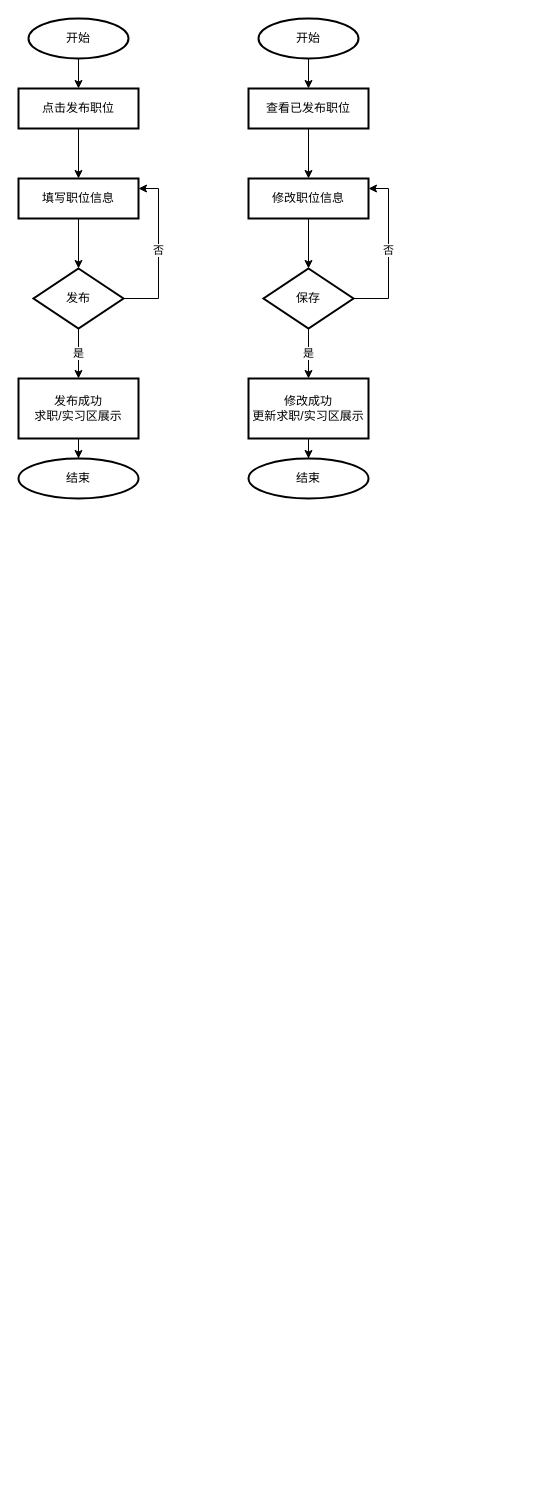
JohnnyLin12/GJR_BBS keeps this draw.io diagram as job_info_manage_flowchart.drawio. Above is the earlier version. Source tidied: cells renumbered, new cells numbered last; positions are measured from the earlier drawing's top-left corner, leaving out a move shared by most shapes. Both pictures are drawn from the tidied source at 100%, with x=0, y=0 at pixel (18, 18).
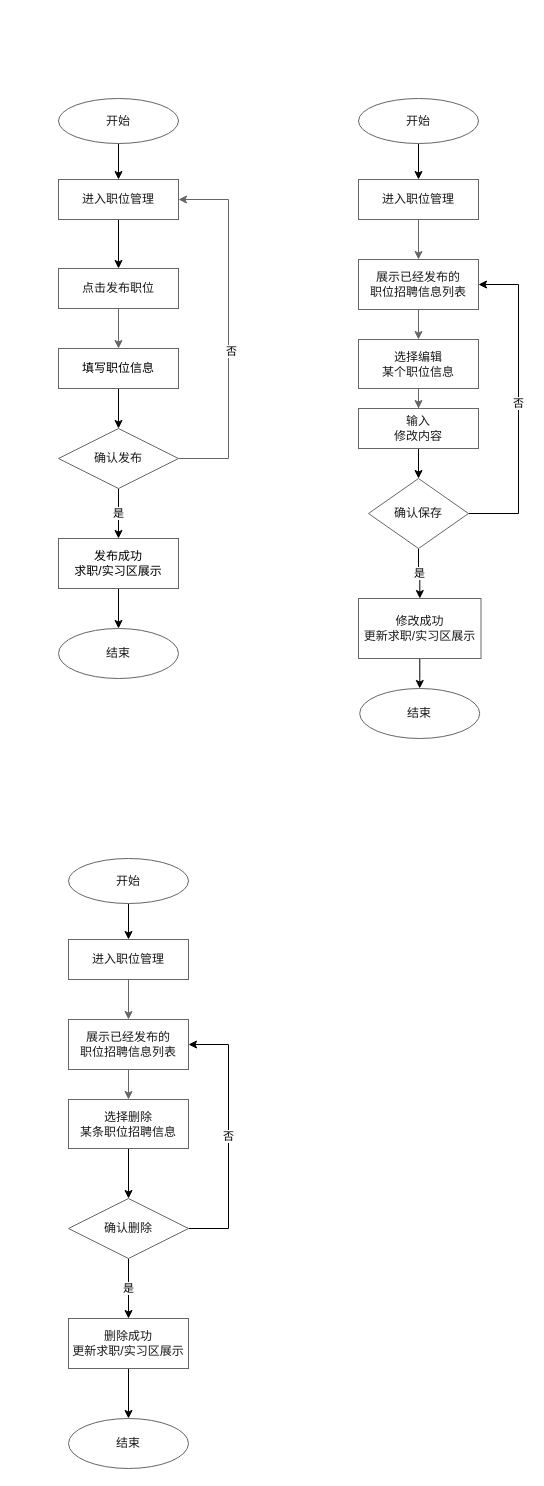
The same diagram, later.

Diff of the diagram source:
```diff
@@
-    <mxCell id="2" style="edgeStyle=orthogonalEdgeStyle;rounded=0;jettySize=auto;html=1;" parent="1" edge="1" source="3" target="5">
-      <mxGeometry relative="1" as="geometry" />
-    </mxCell>
-    <mxCell id="3" value="开始" style="strokeWidth=2;html=1;shape=mxgraph.flowchart.start_1;whiteSpace=wrap;" parent="1" vertex="1">
-      <mxGeometry x="10" width="100" height="40" as="geometry" />
-    </mxCell>
+    <mxCell id="8" value="否" style="edgeStyle=orthogonalEdgeStyle;rounded=0;orthogonalLoop=1;jettySize=auto;html=1;entryX=1;entryY=0.25;entryDx=0;entryDy=0;strokeColor=#666666;strokeWidth=1;" parent="1" edge="1">
+      <mxGeometry relative="1" as="geometry">
+        <mxPoint x="-50" y="1632" as="targetPoint" />
+        <Array as="points">
+          <mxPoint x="-30" y="1742" />
+          <mxPoint x="-30" y="1632" />
+        </Array>
+      </mxGeometry>
+    </mxCell>
+    <mxCell id="26" style="edgeStyle=orthogonalEdgeStyle;rounded=0;jettySize=auto;html=1;fontFamily=Helvetica;fontColor=#1A1A1A;strokeColor=#666666;" parent="1" edge="1" source="27" target="31">
+      <mxGeometry relative="1" as="geometry" />
+    </mxCell>
+    <mxCell id="27" value="&lt;p&gt;进入职位管理&lt;br&gt;&lt;/p&gt;" style="rounded=0;whiteSpace=wrap;html=1;fontFamily=Helvetica;fontColor=#1A1A1A;strokeColor=#666666;" parent="1" vertex="1">
+      <mxGeometry x="340" y="161" width="120" height="40" as="geometry" />
+    </mxCell>
+    <mxCell id="28" style="edgeStyle=orthogonalEdgeStyle;rounded=0;jettySize=auto;html=1;strokeColor=#666666;strokeWidth=1;" parent="1" edge="1" source="29" target="37">
+      <mxGeometry relative="1" as="geometry" />
+    </mxCell>
+    <mxCell id="29" value="选择编辑&lt;br&gt;某个职位信息" style="whiteSpace=wrap;html=1;rounded=0;fontFamily=Helvetica;fontColor=#1A1A1A;strokeColor=#666666;" parent="1" vertex="1">
+      <mxGeometry x="340" y="321" width="120" height="49" as="geometry" />
+    </mxCell>
+    <mxCell id="30" style="edgeStyle=orthogonalEdgeStyle;rounded=0;jettySize=auto;html=1;fontFamily=Helvetica;fontColor=#1A1A1A;strokeColor=#666666;" parent="1" edge="1" source="31" target="29">
+      <mxGeometry relative="1" as="geometry" />
+    </mxCell>
+    <mxCell id="31" value="展示已经发布的&lt;br&gt;职位招聘信息列表" style="rounded=0;whiteSpace=wrap;html=1;fontFamily=Helvetica;fontColor=#1A1A1A;strokeColor=#666666;" parent="1" vertex="1">
+      <mxGeometry x="340" y="241" width="120" height="50" as="geometry" />
+    </mxCell>
+    <mxCell id="32" style="edgeStyle=orthogonalEdgeStyle;rounded=0;jettySize=auto;html=1;" parent="1" edge="1" source="33" target="27">
+      <mxGeometry relative="1" as="geometry" />
+    </mxCell>
+    <mxCell id="33" value="开始" style="ellipse;whiteSpace=wrap;html=1;strokeColor=#666666;fontColor=#1A1A1A;rounded=0;" parent="1" vertex="1">
+      <mxGeometry x="340" y="80" width="120" height="45" as="geometry" />
+    </mxCell>
+    <mxCell id="34" style="edgeStyle=orthogonalEdgeStyle;rounded=0;jettySize=auto;html=1;" parent="1" edge="1" source="24" target="35">
+      <mxGeometry relative="1" as="geometry" />
+    </mxCell>
+    <mxCell id="24" value="修改成功&lt;br&gt;更新求职/实习区展示" style="whiteSpace=wrap;html=1;strokeColor=#666666;fontColor=#1A1A1A;rounded=0;" parent="1" vertex="1">
+      <mxGeometry x="340" y="580" width="122.5" height="60" as="geometry" />
+    </mxCell>
+    <mxCell id="35" value="结束" style="ellipse;whiteSpace=wrap;html=1;strokeColor=#666666;fontColor=#1A1A1A;rounded=0;" parent="1" vertex="1">
+      <mxGeometry x="341.2" y="670" width="120" height="50" as="geometry" />
+    </mxCell>
+    <mxCell id="36" style="edgeStyle=orthogonalEdgeStyle;rounded=0;jettySize=auto;html=1;" parent="1" edge="1" source="37" target="40">
+      <mxGeometry relative="1" as="geometry" />
+    </mxCell>
+    <mxCell id="37" value="输入&lt;br&gt;修改内容" style="whiteSpace=wrap;html=1;strokeColor=#666666;fontColor=#1A1A1A;rounded=0;" parent="1" vertex="1">
+      <mxGeometry x="340" y="390" width="120" height="40" as="geometry" />
+    </mxCell>
+    <mxCell id="38" value="是" style="edgeStyle=orthogonalEdgeStyle;rounded=0;jettySize=auto;html=1;" parent="1" edge="1" source="40" target="24">
+      <mxGeometry relative="1" as="geometry" />
+    </mxCell>
+    <mxCell id="39" value="否" style="edgeStyle=orthogonalEdgeStyle;rounded=0;jettySize=auto;html=1;entryX=1;entryY=0.5;entryDx=0;entryDy=0;" parent="1" edge="1" source="40" target="31">
+      <mxGeometry relative="1" as="geometry">
+        <Array as="points">
+          <mxPoint x="500" y="495" />
+          <mxPoint x="500" y="266" />
+        </Array>
+      </mxGeometry>
+    </mxCell>
+    <mxCell id="40" value="确认保存" style="rhombus;whiteSpace=wrap;html=1;strokeColor=#666666;fontColor=#1A1A1A;rounded=0;" parent="1" vertex="1">
+      <mxGeometry x="350" y="460" width="100" height="70" as="geometry" />
+    </mxCell>
-    <mxCell id="4" style="edgeStyle=orthogonalEdgeStyle;rounded=0;jettySize=auto;html=1;" parent="1" edge="1" source="5" target="7">
+    <mxCell id="4" style="edgeStyle=orthogonalEdgeStyle;rounded=0;jettySize=auto;html=1;entryX=0.5;entryY=0;entryDx=0;entryDy=0;strokeColor=#666666;strokeWidth=1;" parent="1" edge="1" source="5" target="7">
       <mxGeometry relative="1" as="geometry" />
     </mxCell>
-    <mxCell id="5" value="点击发布职位" style="whiteSpace=wrap;html=1;strokeWidth=2;" parent="1" vertex="1">
-      <mxGeometry y="70" width="120" height="40" as="geometry" />
+    <mxCell id="5" value="&lt;p&gt;点击发布职位&lt;/p&gt;" style="rounded=0;whiteSpace=wrap;html=1;fontFamily=Helvetica;fontColor=#1A1A1A;strokeColor=#666666;" parent="1" vertex="1">
+      <mxGeometry x="40" y="250" width="120" height="40" as="geometry" />
     </mxCell>
-    <mxCell id="6" style="edgeStyle=orthogonalEdgeStyle;rounded=0;jettySize=auto;html=1;" parent="1" edge="1" source="7" target="10">
-      <mxGeometry relative="1" as="geometry" />
-    </mxCell>
+    <mxCell id="41" style="edgeStyle=orthogonalEdgeStyle;rounded=0;jettySize=auto;html=1;" parent="1" edge="1" source="7" target="45">
+      <mxGeometry relative="1" as="geometry" />
+    </mxCell>
-    <mxCell id="7" value="填写职位信息" style="whiteSpace=wrap;html=1;strokeWidth=2;" parent="1" vertex="1">
-      <mxGeometry y="160" width="120" height="40" as="geometry" />
+    <mxCell id="7" value="&lt;span style=&quot;color: rgb(0 , 0 , 0)&quot;&gt;填写职位信息&lt;/span&gt;" style="whiteSpace=wrap;html=1;rounded=0;fontFamily=Helvetica;fontColor=#1A1A1A;strokeColor=#666666;" parent="1" vertex="1">
+      <mxGeometry x="40" y="330" width="120" height="40" as="geometry" />
     </mxCell>
-    <mxCell id="8" value="否" style="edgeStyle=orthogonalEdgeStyle;rounded=0;jettySize=auto;html=1;entryX=1;entryY=0.25;entryDx=0;entryDy=0;" parent="1" edge="1" source="10" target="7">
-      <mxGeometry relative="1" as="geometry">
-        <Array as="points">
-          <mxPoint x="140" y="280" />
-          <mxPoint x="140" y="170" />
-        </Array>
-      </mxGeometry>
-    </mxCell>
-    <mxCell id="9" value="是" style="edgeStyle=orthogonalEdgeStyle;rounded=0;jettySize=auto;html=1;" parent="1" edge="1" source="10" target="12">
-      <mxGeometry relative="1" as="geometry" />
-    </mxCell>
-    <mxCell id="10" value="发布" style="rhombus;whiteSpace=wrap;html=1;strokeWidth=2;" parent="1" vertex="1">
-      <mxGeometry x="15" y="250" width="90" height="60" as="geometry" />
-    </mxCell>
-    <mxCell id="11" style="edgeStyle=orthogonalEdgeStyle;rounded=0;jettySize=auto;html=1;" parent="1" edge="1" source="12" target="13">
-      <mxGeometry relative="1" as="geometry" />
-    </mxCell>
+    <mxCell id="42" value="是" style="edgeStyle=orthogonalEdgeStyle;rounded=0;jettySize=auto;html=1;" parent="1" edge="1" source="45" target="12">
+      <mxGeometry relative="1" as="geometry" />
+    </mxCell>
+    <mxCell id="43" style="edgeStyle=orthogonalEdgeStyle;rounded=0;jettySize=auto;html=1;entryX=1;entryY=0.5;entryDx=0;entryDy=0;strokeColor=#666666;strokeWidth=1;" parent="1" edge="1" source="45" target="49">
+      <mxGeometry relative="1" as="geometry">
+        <Array as="points">
+          <mxPoint x="210" y="440" />
+          <mxPoint x="210" y="181" />
+        </Array>
+      </mxGeometry>
+    </mxCell>
+    <mxCell id="44" value="否" style="edgeLabel;html=1;align=center;verticalAlign=middle;" parent="43" vertex="1">
+      <mxGeometry x="-0.12" y="-2" relative="1" as="geometry" />
+    </mxCell>
+    <mxCell id="45" value="确认发布" style="rhombus;whiteSpace=wrap;html=1;strokeColor=#666666;fontColor=#1A1A1A;rounded=0;" parent="1" vertex="1">
+      <mxGeometry x="40" y="410" width="120" height="60" as="geometry" />
+    </mxCell>
+    <mxCell id="46" style="edgeStyle=orthogonalEdgeStyle;rounded=0;jettySize=auto;html=1;" parent="1" edge="1" source="12" target="47">
+      <mxGeometry relative="1" as="geometry" />
+    </mxCell>
-    <mxCell id="12" value="发布成功&lt;br&gt;求职/实习区展示" style="whiteSpace=wrap;html=1;strokeWidth=2;" parent="1" vertex="1">
-      <mxGeometry y="360" width="120" height="60" as="geometry" />
+    <mxCell id="12" value="&lt;span style=&quot;color: rgb(0 , 0 , 0)&quot;&gt;发布成功&lt;/span&gt;&lt;br style=&quot;color: rgb(0 , 0 , 0)&quot;&gt;&lt;span style=&quot;color: rgb(0 , 0 , 0)&quot;&gt;求职/实习区展示&lt;/span&gt;" style="whiteSpace=wrap;html=1;strokeColor=#666666;fontColor=#1A1A1A;rounded=0;" parent="1" vertex="1">
+      <mxGeometry x="40" y="520" width="120" height="50" as="geometry" />
     </mxCell>
-    <mxCell id="13" value="结束" style="ellipse;whiteSpace=wrap;html=1;strokeWidth=2;" parent="1" vertex="1">
-      <mxGeometry y="440" width="120" height="40" as="geometry" />
-    </mxCell>
-    <mxCell id="14" style="edgeStyle=orthogonalEdgeStyle;rounded=0;jettySize=auto;html=1;" parent="1" edge="1" source="15" target="17">
-      <mxGeometry relative="1" as="geometry" />
-    </mxCell>
-    <mxCell id="15" value="开始" style="strokeWidth=2;html=1;shape=mxgraph.flowchart.start_1;whiteSpace=wrap;" parent="1" vertex="1">
-      <mxGeometry x="240" width="100" height="40" as="geometry" />
-    </mxCell>
-    <mxCell id="16" style="edgeStyle=orthogonalEdgeStyle;rounded=0;jettySize=auto;html=1;" parent="1" edge="1" source="17" target="19">
-      <mxGeometry relative="1" as="geometry" />
-    </mxCell>
-    <mxCell id="17" value="查看已发布职位" style="whiteSpace=wrap;html=1;strokeWidth=2;" parent="1" vertex="1">
-      <mxGeometry x="230" y="70" width="120" height="40" as="geometry" />
-    </mxCell>
-    <mxCell id="18" style="edgeStyle=orthogonalEdgeStyle;rounded=0;jettySize=auto;html=1;" parent="1" edge="1" source="19" target="22">
-      <mxGeometry relative="1" as="geometry" />
-    </mxCell>
-    <mxCell id="19" value="修改职位信息" style="whiteSpace=wrap;html=1;strokeWidth=2;" parent="1" vertex="1">
-      <mxGeometry x="230" y="160" width="120" height="40" as="geometry" />
-    </mxCell>
-    <mxCell id="20" value="否" style="edgeStyle=orthogonalEdgeStyle;rounded=0;jettySize=auto;html=1;entryX=1;entryY=0.25;entryDx=0;entryDy=0;" parent="1" edge="1" source="22" target="19">
-      <mxGeometry relative="1" as="geometry">
-        <Array as="points">
-          <mxPoint x="370" y="280" />
-          <mxPoint x="370" y="170" />
-        </Array>
-      </mxGeometry>
-    </mxCell>
-    <mxCell id="21" value="是" style="edgeStyle=orthogonalEdgeStyle;rounded=0;jettySize=auto;html=1;" parent="1" edge="1" source="22" target="24">
-      <mxGeometry relative="1" as="geometry" />
-    </mxCell>
-    <mxCell id="22" value="保存" style="rhombus;whiteSpace=wrap;html=1;strokeWidth=2;" parent="1" vertex="1">
-      <mxGeometry x="245" y="250" width="90" height="60" as="geometry" />
-    </mxCell>
-    <mxCell id="23" style="edgeStyle=orthogonalEdgeStyle;rounded=0;jettySize=auto;html=1;" parent="1" edge="1" source="24" target="25">
-      <mxGeometry relative="1" as="geometry" />
-    </mxCell>
-    <mxCell id="24" value="修改成功&lt;br&gt;更新求职/实习区展示" style="whiteSpace=wrap;html=1;strokeWidth=2;" parent="1" vertex="1">
-      <mxGeometry x="230" y="360" width="120" height="60" as="geometry" />
-    </mxCell>
-    <mxCell id="25" value="结束" style="ellipse;whiteSpace=wrap;html=1;strokeWidth=2;" parent="1" vertex="1">
-      <mxGeometry x="230" y="440" width="120" height="40" as="geometry" />
-    </mxCell>
+    <mxCell id="47" value="结束" style="ellipse;whiteSpace=wrap;html=1;strokeColor=#666666;fontColor=#1A1A1A;rounded=0;" parent="1" vertex="1">
+      <mxGeometry x="40" y="610" width="120" height="50" as="geometry" />
+    </mxCell>
+    <mxCell id="48" style="edgeStyle=orthogonalEdgeStyle;rounded=0;jettySize=auto;html=1;" parent="1" edge="1" source="49" target="5">
+      <mxGeometry relative="1" as="geometry" />
+    </mxCell>
+    <mxCell id="49" value="&lt;p&gt;进入职位管理&lt;br&gt;&lt;/p&gt;" style="rounded=0;whiteSpace=wrap;html=1;fontFamily=Helvetica;fontColor=#1A1A1A;strokeColor=#666666;" parent="1" vertex="1">
+      <mxGeometry x="40" y="161" width="120" height="40" as="geometry" />
+    </mxCell>
+    <mxCell id="50" style="edgeStyle=orthogonalEdgeStyle;rounded=0;jettySize=auto;html=1;" parent="1" edge="1" source="51" target="49">
+      <mxGeometry relative="1" as="geometry" />
+    </mxCell>
+    <mxCell id="51" value="开始" style="ellipse;whiteSpace=wrap;html=1;strokeColor=#666666;fontColor=#1A1A1A;rounded=0;" parent="1" vertex="1">
+      <mxGeometry x="40" y="80" width="120" height="45" as="geometry" />
+    </mxCell>
+    <mxCell id="52" style="edgeStyle=orthogonalEdgeStyle;rounded=0;jettySize=auto;html=1;fontFamily=Helvetica;fontColor=#1A1A1A;strokeColor=#666666;" parent="1" edge="1" source="53" target="57">
+      <mxGeometry relative="1" as="geometry" />
+    </mxCell>
+    <mxCell id="53" value="&lt;p&gt;进入职位管理&lt;br&gt;&lt;/p&gt;" style="rounded=0;whiteSpace=wrap;html=1;fontFamily=Helvetica;fontColor=#1A1A1A;strokeColor=#666666;" parent="1" vertex="1">
+      <mxGeometry x="50" y="921" width="120" height="40" as="geometry" />
+    </mxCell>
+    <mxCell id="54" style="edgeStyle=orthogonalEdgeStyle;rounded=0;jettySize=auto;html=1;" parent="1" edge="1" source="55" target="62">
+      <mxGeometry relative="1" as="geometry" />
+    </mxCell>
+    <mxCell id="55" value="选择删除&lt;br&gt;某条职位招聘信息" style="whiteSpace=wrap;html=1;rounded=0;fontFamily=Helvetica;fontColor=#1A1A1A;strokeColor=#666666;" parent="1" vertex="1">
+      <mxGeometry x="50" y="1081" width="120" height="49" as="geometry" />
+    </mxCell>
+    <mxCell id="56" style="edgeStyle=orthogonalEdgeStyle;rounded=0;jettySize=auto;html=1;fontFamily=Helvetica;fontColor=#1A1A1A;strokeColor=#666666;" parent="1" edge="1" source="57" target="55">
+      <mxGeometry relative="1" as="geometry" />
+    </mxCell>
+    <mxCell id="57" value="展示已经发布的&lt;br&gt;职位招聘信息列表" style="rounded=0;whiteSpace=wrap;html=1;fontFamily=Helvetica;fontColor=#1A1A1A;strokeColor=#666666;" parent="1" vertex="1">
+      <mxGeometry x="50" y="1001" width="120" height="50" as="geometry" />
+    </mxCell>
+    <mxCell id="58" style="edgeStyle=orthogonalEdgeStyle;rounded=0;jettySize=auto;html=1;" parent="1" edge="1" source="59" target="53">
+      <mxGeometry relative="1" as="geometry" />
+    </mxCell>
+    <mxCell id="59" value="开始" style="ellipse;whiteSpace=wrap;html=1;strokeColor=#666666;fontColor=#1A1A1A;rounded=0;" parent="1" vertex="1">
+      <mxGeometry x="50" y="840" width="120" height="45" as="geometry" />
+    </mxCell>
+    <mxCell id="60" value="是" style="edgeStyle=orthogonalEdgeStyle;rounded=0;jettySize=auto;html=1;" parent="1" edge="1" source="62" target="64">
+      <mxGeometry relative="1" as="geometry" />
+    </mxCell>
+    <mxCell id="61" value="否" style="edgeStyle=orthogonalEdgeStyle;rounded=0;jettySize=auto;html=1;entryX=1;entryY=0.5;entryDx=0;entryDy=0;" parent="1" edge="1" source="62" target="57">
+      <mxGeometry relative="1" as="geometry">
+        <Array as="points">
+          <mxPoint x="210" y="1210" />
+          <mxPoint x="210" y="1026" />
+        </Array>
+      </mxGeometry>
+    </mxCell>
+    <mxCell id="62" value="确认删除" style="rhombus;whiteSpace=wrap;html=1;strokeColor=#666666;fontColor=#1A1A1A;rounded=0;" parent="1" vertex="1">
+      <mxGeometry x="50" y="1180" width="120" height="60" as="geometry" />
+    </mxCell>
+    <mxCell id="63" style="edgeStyle=orthogonalEdgeStyle;rounded=0;jettySize=auto;html=1;" parent="1" edge="1" source="64" target="65">
+      <mxGeometry relative="1" as="geometry" />
+    </mxCell>
+    <mxCell id="64" value="删除成功&lt;br&gt;更新求职/实习区展示" style="whiteSpace=wrap;html=1;strokeColor=#666666;fontColor=#1A1A1A;rounded=0;" parent="1" vertex="1">
+      <mxGeometry x="50" y="1300" width="120" height="50" as="geometry" />
+    </mxCell>
+    <mxCell id="65" value="结束" style="ellipse;whiteSpace=wrap;html=1;strokeColor=#666666;fontColor=#1A1A1A;rounded=0;" parent="1" vertex="1">
+      <mxGeometry x="50" y="1400" width="120" height="50" as="geometry" />
+    </mxCell>
```
